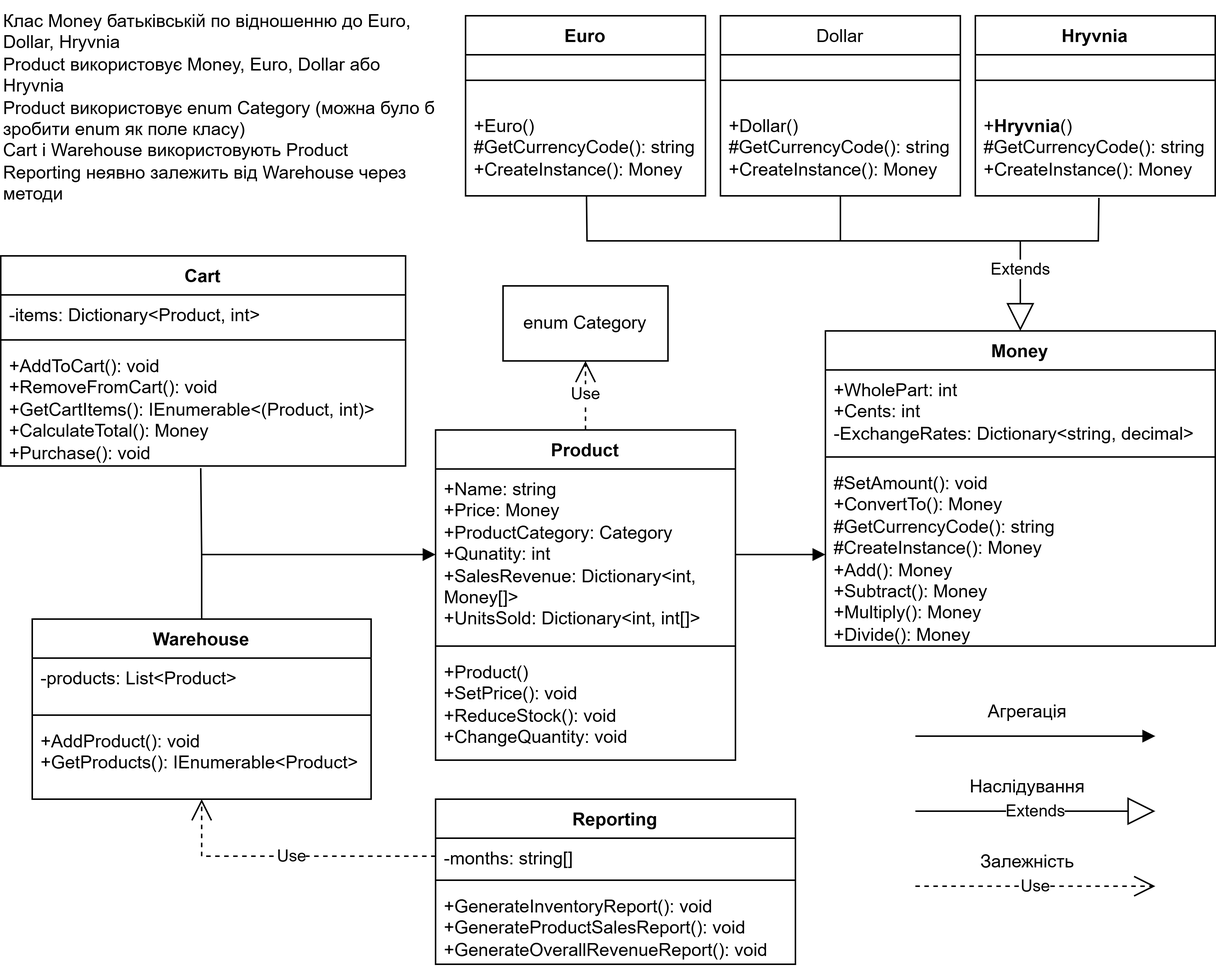
Before: lab1/uml.png, a diagram exported from draw.io (ipzk241-zhdv/kpz). Source tidied: cells renumbered, new cells last; positions are measured from the earlier drawing's top-left corner, leaving out a move shared by most shapes. The source it was exported from:
```xml
<mxGraphModel background="#ffffff">
  <root>
    <mxCell id="0" />
    <mxCell id="1" parent="0" />
    <mxCell id="2" value="Cart" style="swimlane;fontStyle=1;align=center;verticalAlign=top;horizontal=1;startSize=26;whiteSpace=wrap;html=1;" parent="1" vertex="1">
      <mxGeometry y="170" width="270" height="140" as="geometry" />
    </mxCell>
    <mxCell id="3" value="-items: Dictionary&amp;lt;Product, int&amp;gt;" style="text;strokeColor=none;fillColor=none;align=left;verticalAlign=top;spacingLeft=4;spacingRight=4;overflow=hidden;whiteSpace=wrap;html=1;" parent="2" vertex="1">
      <mxGeometry y="26" width="270" height="26" as="geometry" />
    </mxCell>
    <mxCell id="4" style="line;strokeWidth=1;fillColor=none;align=left;verticalAlign=middle;spacingTop=-1;spacingLeft=3;spacingRight=3;labelPosition=right;strokeColor=inherit;" parent="2" vertex="1">
      <mxGeometry y="52" width="270" height="8" as="geometry" />
    </mxCell>
    <mxCell id="5" value="+AddToCart(): void&lt;div&gt;+RemoveFromCart(): void&lt;/div&gt;&lt;div&gt;+GetCartItems(): IEnumerable&amp;lt;(Product, int)&amp;gt;&lt;/div&gt;&lt;div&gt;+CalculateTotal(): Money&lt;/div&gt;&lt;div&gt;+Purchase(): void&lt;/div&gt;" style="text;strokeColor=none;fillColor=none;align=left;verticalAlign=top;spacingLeft=4;spacingRight=4;overflow=hidden;points=[[0,0.5],[1,0.5]];portConstraint=eastwest;whiteSpace=wrap;html=1;" parent="2" vertex="1">
      <mxGeometry y="60" width="270" height="80" as="geometry" />
    </mxCell>
    <mxCell id="6" value="Money" style="swimlane;fontStyle=1;align=center;verticalAlign=top;horizontal=1;startSize=26;whiteSpace=wrap;html=1;" parent="1" vertex="1">
      <mxGeometry x="550" y="220" width="260" height="210" as="geometry" />
    </mxCell>
    <mxCell id="7" value="+WholePart: int&lt;div&gt;+Cents: int&lt;/div&gt;&lt;div&gt;-ExchangeRates: Dictionary&amp;lt;string, decimal&amp;gt;&lt;/div&gt;" style="text;strokeColor=none;fillColor=none;align=left;verticalAlign=top;spacingLeft=4;spacingRight=4;overflow=hidden;whiteSpace=wrap;html=1;" parent="6" vertex="1">
      <mxGeometry y="26" width="260" height="54" as="geometry" />
    </mxCell>
    <mxCell id="8" style="line;strokeWidth=1;fillColor=none;align=left;verticalAlign=middle;spacingTop=-1;spacingLeft=3;spacingRight=3;labelPosition=right;strokeColor=inherit;" parent="6" vertex="1">
      <mxGeometry y="80" width="260" height="8" as="geometry" />
    </mxCell>
    <mxCell id="9" value="#SetAmount(): void&lt;div&gt;+ConvertTo(): Money&lt;/div&gt;&lt;div&gt;#GetCurrencyCode(): string&lt;/div&gt;&lt;div&gt;#CreateInstance(): Money&lt;/div&gt;&lt;div&gt;+Add(): Money&lt;/div&gt;&lt;div&gt;+Subtract(): Money&lt;/div&gt;&lt;div&gt;+Multiply(): Money&lt;/div&gt;&lt;div&gt;+Divide(): Money&lt;/div&gt;" style="text;strokeColor=none;fillColor=none;align=left;verticalAlign=top;spacingLeft=4;spacingRight=4;overflow=hidden;points=[[0,0.5],[1,0.5]];portConstraint=eastwest;whiteSpace=wrap;html=1;" parent="6" vertex="1">
      <mxGeometry y="88" width="260" height="122" as="geometry" />
    </mxCell>
    <mxCell id="10" value="Product" style="swimlane;fontStyle=1;align=center;verticalAlign=top;horizontal=1;startSize=26;whiteSpace=wrap;html=1;" parent="1" vertex="1">
      <mxGeometry x="290" y="286" width="200" height="220" as="geometry" />
    </mxCell>
    <mxCell id="11" value="+Name: string&lt;div&gt;+Price: Money&lt;/div&gt;&lt;div&gt;+ProductCategory: Category&lt;/div&gt;&lt;div&gt;+Qunatity: int&lt;/div&gt;&lt;div&gt;+SalesRevenue: Dictionary&amp;lt;int, Money[]&amp;gt;&lt;/div&gt;&lt;div&gt;+UnitsSold: Dictionary&amp;lt;int, int[]&amp;gt;&lt;/div&gt;" style="text;strokeColor=none;fillColor=none;align=left;verticalAlign=top;spacingLeft=4;spacingRight=4;overflow=hidden;points=[[0,0.5],[1,0.5]];portConstraint=eastwest;whiteSpace=wrap;html=1;" parent="10" vertex="1">
      <mxGeometry y="26" width="200" height="114" as="geometry" />
    </mxCell>
    <mxCell id="12" style="line;strokeWidth=1;fillColor=none;align=left;verticalAlign=middle;spacingTop=-1;spacingLeft=3;spacingRight=3;labelPosition=right;strokeColor=inherit;" parent="10" vertex="1">
      <mxGeometry y="140" width="200" height="8" as="geometry" />
    </mxCell>
    <mxCell id="13" value="+Product()&lt;div&gt;+SetPrice(): void&lt;/div&gt;&lt;div&gt;+ReduceStock(): void&lt;/div&gt;&lt;div&gt;+ChangeQuantity: void&lt;/div&gt;" style="text;strokeColor=none;fillColor=none;align=left;verticalAlign=top;spacingLeft=4;spacingRight=4;overflow=hidden;whiteSpace=wrap;html=1;" parent="10" vertex="1">
      <mxGeometry y="148" width="200" height="72" as="geometry" />
    </mxCell>
    <mxCell id="14" value="Warehouse" style="swimlane;fontStyle=1;align=center;verticalAlign=top;horizontal=1;startSize=26;whiteSpace=wrap;html=1;" parent="1" vertex="1">
      <mxGeometry x="21" y="412" width="226" height="120" as="geometry" />
    </mxCell>
    <mxCell id="15" value="-products: List&amp;lt;Product&amp;gt;&lt;div&gt;&lt;br&gt;&lt;/div&gt;" style="text;strokeColor=none;fillColor=none;align=left;verticalAlign=top;spacingLeft=4;spacingRight=4;overflow=hidden;whiteSpace=wrap;html=1;" parent="14" vertex="1">
      <mxGeometry y="26" width="226" height="34" as="geometry" />
    </mxCell>
    <mxCell id="16" style="line;strokeWidth=1;fillColor=none;align=left;verticalAlign=middle;spacingTop=-1;spacingLeft=3;spacingRight=3;labelPosition=right;strokeColor=inherit;" parent="14" vertex="1">
      <mxGeometry y="60" width="226" height="8" as="geometry" />
    </mxCell>
    <mxCell id="17" value="+AddProduct(): void&lt;div&gt;+GetProducts(): IEnumerable&amp;lt;Product&amp;gt;&lt;/div&gt;" style="text;strokeColor=none;fillColor=none;align=left;verticalAlign=top;spacingLeft=4;spacingRight=4;overflow=hidden;points=[[0,0.5],[1,0.5]];portConstraint=eastwest;whiteSpace=wrap;html=1;" parent="14" vertex="1">
      <mxGeometry y="68" width="226" height="52" as="geometry" />
    </mxCell>
    <mxCell id="18" value="Reporting" style="swimlane;fontStyle=1;align=center;verticalAlign=top;horizontal=1;startSize=26;whiteSpace=wrap;html=1;" parent="1" vertex="1">
      <mxGeometry x="290" y="532" width="240" height="110" as="geometry" />
    </mxCell>
    <mxCell id="19" value="-months: string[]&lt;div&gt;&lt;br&gt;&lt;/div&gt;" style="text;strokeColor=none;fillColor=none;align=left;verticalAlign=top;spacingLeft=4;spacingRight=4;overflow=hidden;points=[[0,0.5],[1,0.5]];portConstraint=eastwest;whiteSpace=wrap;html=1;" parent="18" vertex="1">
      <mxGeometry y="26" width="240" height="24" as="geometry" />
    </mxCell>
    <mxCell id="20" style="line;strokeWidth=1;fillColor=none;align=left;verticalAlign=middle;spacingTop=-1;spacingLeft=3;spacingRight=3;labelPosition=right;strokeColor=inherit;" parent="18" vertex="1">
      <mxGeometry y="50" width="240" height="8" as="geometry" />
    </mxCell>
    <mxCell id="21" value="+GenerateInventoryReport(): void&lt;div&gt;+GenerateProductSalesReport(): void&lt;/div&gt;&lt;div&gt;+GenerateOverallRevenueReport(): void&lt;/div&gt;" style="text;strokeColor=none;fillColor=none;align=left;verticalAlign=top;spacingLeft=4;spacingRight=4;overflow=hidden;whiteSpace=wrap;html=1;" parent="18" vertex="1">
      <mxGeometry y="58" width="240" height="52" as="geometry" />
    </mxCell>
    <mxCell id="22" value="Euro" style="swimlane;fontStyle=1;align=center;verticalAlign=top;horizontal=1;startSize=26;whiteSpace=wrap;html=1;" parent="1" vertex="1">
      <mxGeometry x="310" y="10" width="160" height="120" as="geometry" />
    </mxCell>
    <mxCell id="23" style="line;strokeWidth=1;fillColor=none;align=left;verticalAlign=middle;spacingTop=-1;spacingLeft=3;spacingRight=3;labelPosition=right;strokeColor=inherit;" parent="22" vertex="1">
      <mxGeometry y="26" width="160" height="34" as="geometry" />
    </mxCell>
    <mxCell id="24" value="+Euro()&lt;div&gt;#GetCurrencyCode(): string&lt;/div&gt;&lt;div&gt;+CreateInstance(): Money&lt;/div&gt;" style="text;strokeColor=none;fillColor=none;align=left;verticalAlign=top;spacingLeft=4;spacingRight=4;overflow=hidden;points=[[0,0.5],[1,0.5]];portConstraint=eastwest;whiteSpace=wrap;html=1;" parent="22" vertex="1">
      <mxGeometry y="60" width="160" height="60" as="geometry" />
    </mxCell>
    <mxCell id="25" value="&lt;span style=&quot;font-weight: 400; text-align: left;&quot;&gt;Dollar&lt;/span&gt;" style="swimlane;fontStyle=1;align=center;verticalAlign=top;horizontal=1;startSize=26;whiteSpace=wrap;html=1;" parent="1" vertex="1">
      <mxGeometry x="480" y="10" width="160" height="120" as="geometry" />
    </mxCell>
    <mxCell id="26" style="line;strokeWidth=1;fillColor=none;align=left;verticalAlign=middle;spacingTop=-1;spacingLeft=3;spacingRight=3;labelPosition=right;strokeColor=inherit;" parent="25" vertex="1">
      <mxGeometry y="26" width="160" height="34" as="geometry" />
    </mxCell>
    <mxCell id="27" value="+Dollar()&lt;div&gt;#GetCurrencyCode(): string&lt;/div&gt;&lt;div&gt;+CreateInstance(): Money&lt;/div&gt;" style="text;strokeColor=none;fillColor=none;align=left;verticalAlign=top;spacingLeft=4;spacingRight=4;overflow=hidden;points=[[0,0.5],[1,0.5]];portConstraint=eastwest;whiteSpace=wrap;html=1;" parent="25" vertex="1">
      <mxGeometry y="60" width="160" height="60" as="geometry" />
    </mxCell>
    <mxCell id="28" value="Hryvnia" style="swimlane;fontStyle=1;align=center;verticalAlign=top;horizontal=1;startSize=26;whiteSpace=wrap;html=1;" parent="1" vertex="1">
      <mxGeometry x="650" y="10" width="160" height="120" as="geometry" />
    </mxCell>
    <mxCell id="29" style="line;strokeWidth=1;fillColor=none;align=left;verticalAlign=middle;spacingTop=-1;spacingLeft=3;spacingRight=3;labelPosition=right;strokeColor=inherit;" parent="28" vertex="1">
      <mxGeometry y="26" width="160" height="34" as="geometry" />
    </mxCell>
    <mxCell id="30" value="+&lt;span style=&quot;font-weight: 700; text-align: center;&quot;&gt;Hryvnia&lt;/span&gt;()&lt;div&gt;#GetCurrencyCode(): string&lt;/div&gt;&lt;div&gt;+CreateInstance(): Money&lt;/div&gt;" style="text;strokeColor=none;fillColor=none;align=left;verticalAlign=top;spacingLeft=4;spacingRight=4;overflow=hidden;points=[[0,0.5],[1,0.5]];portConstraint=eastwest;whiteSpace=wrap;html=1;" parent="28" vertex="1">
      <mxGeometry y="60" width="160" height="60" as="geometry" />
    </mxCell>
    <mxCell id="31" value="enum Category" style="html=1;whiteSpace=wrap;" parent="1" vertex="1">
      <mxGeometry x="335" y="190" width="110" height="50" as="geometry" />
    </mxCell>
    <mxCell id="32" style="endArrow=none;html=1;rounded=0;" parent="1" edge="1" target="22">
      <mxGeometry relative="1" as="geometry">
        <mxPoint x="680" y="160" as="sourcePoint" />
        <Array as="points">
          <mxPoint x="391" y="160" />
        </Array>
      </mxGeometry>
    </mxCell>
    <mxCell id="33" style="endArrow=none;html=1;rounded=0;" parent="1" edge="1" target="25">
      <mxGeometry relative="1" as="geometry">
        <mxPoint x="560" y="160" as="sourcePoint" />
      </mxGeometry>
    </mxCell>
    <mxCell id="34" value="Extends" style="endArrow=block;endSize=16;endFill=0;html=1;rounded=0;entryX=0.5;entryY=0;entryDx=0;entryDy=0;exitX=0.515;exitY=1.022;exitDx=0;exitDy=0;exitPerimeter=0;" parent="1" edge="1" source="30" target="6">
      <mxGeometry x="0.42" relative="1" as="geometry">
        <Array as="points">
          <mxPoint x="732" y="160" />
          <mxPoint x="680" y="160" />
        </Array>
      </mxGeometry>
    </mxCell>
    <mxCell id="35" value="Use" style="endArrow=open;endSize=12;dashed=1;html=1;rounded=0;exitX=0.5;exitY=0;exitDx=0;exitDy=0;entryX=0.5;entryY=1;entryDx=0;entryDy=0;" parent="1" edge="1" source="10" target="31">
      <mxGeometry relative="1" as="geometry" />
    </mxCell>
    <mxCell id="36" value="Use" style="endArrow=open;endSize=12;dashed=1;html=1;rounded=0;exitX=0;exitY=0.5;exitDx=0;exitDy=0;" parent="1" edge="1" source="19" target="17">
      <mxGeometry relative="1" as="geometry">
        <Array as="points">
          <mxPoint x="134" y="570" />
        </Array>
      </mxGeometry>
    </mxCell>
    <mxCell id="37" style="endArrow=none;html=1;rounded=0;exitX=0.5;exitY=0;exitDx=0;exitDy=0;" parent="1" edge="1" source="14">
      <mxGeometry relative="1" as="geometry">
        <mxPoint x="134" y="369" as="targetPoint" />
      </mxGeometry>
    </mxCell>
    <mxCell id="38" value="Клас Money батьківській по відношенню до Euro, Dollar, Hryvnia&amp;nbsp;&lt;div&gt;Product використовує Money, Euro, Dollar або Hryvnia&lt;/div&gt;&lt;div&gt;Product використовує enum Category (можна було б зробити enum як поле класу)&lt;/div&gt;&lt;div&gt;Cart і Warehouse використовують Product&lt;/div&gt;&lt;div&gt;Reporting неявно залежить від Warehouse через методи&lt;/div&gt;" style="text;html=1;align=left;verticalAlign=top;whiteSpace=wrap;rounded=0;" parent="1" vertex="1">
      <mxGeometry width="290" height="140" as="geometry" />
    </mxCell>
    <mxCell id="39" value="Агрегація" style="text;html=1;align=center;verticalAlign=top;whiteSpace=wrap;rounded=0;" parent="1" vertex="1">
      <mxGeometry x="640" y="460" width="90" height="30" as="geometry" />
    </mxCell>
    <mxCell id="40" value="Наслідування" style="text;html=1;align=center;verticalAlign=top;whiteSpace=wrap;rounded=0;" parent="1" vertex="1">
      <mxGeometry x="640" y="510" width="90" height="30" as="geometry" />
    </mxCell>
    <mxCell id="41" value="Extends" style="endArrow=block;endSize=16;endFill=0;html=1;rounded=0;" parent="1" edge="1">
      <mxGeometry relative="1" as="geometry">
        <mxPoint x="610" y="540" as="sourcePoint" />
        <mxPoint x="770" y="540" as="targetPoint" />
      </mxGeometry>
    </mxCell>
    <mxCell id="42" value="Use" style="endArrow=open;endSize=12;dashed=1;html=1;rounded=0;" parent="1" edge="1">
      <mxGeometry relative="1" as="geometry">
        <mxPoint x="610" y="590" as="sourcePoint" />
        <mxPoint x="770" y="590" as="targetPoint" />
      </mxGeometry>
    </mxCell>
    <mxCell id="43" value="Залежність" style="text;html=1;align=center;verticalAlign=top;whiteSpace=wrap;rounded=0;" parent="1" vertex="1">
      <mxGeometry x="640" y="560" width="90" height="30" as="geometry" />
    </mxCell>
    <mxCell id="44" style="html=1;verticalAlign=bottom;endArrow=block;curved=0;rounded=0;exitX=0.494;exitY=1.018;exitDx=0;exitDy=0;exitPerimeter=0;entryX=0;entryY=0.5;entryDx=0;entryDy=0;" parent="1" edge="1" source="5" target="11">
      <mxGeometry relative="1" as="geometry">
        <Array as="points">
          <mxPoint x="134" y="369" />
        </Array>
      </mxGeometry>
    </mxCell>
    <mxCell id="45" style="html=1;verticalAlign=bottom;endArrow=block;curved=0;rounded=0;exitX=1;exitY=0.5;exitDx=0;exitDy=0;entryX=0;entryY=0.5;entryDx=0;entryDy=0;" parent="1" edge="1" source="11" target="9">
      <mxGeometry relative="1" as="geometry" />
    </mxCell>
    <mxCell id="46" style="html=1;verticalAlign=bottom;endArrow=block;curved=0;rounded=0;" parent="1" edge="1">
      <mxGeometry relative="1" as="geometry">
        <mxPoint x="610" y="490" as="sourcePoint" />
        <mxPoint x="770" y="490" as="targetPoint" />
      </mxGeometry>
    </mxCell>
  </root>
</mxGraphModel>
```
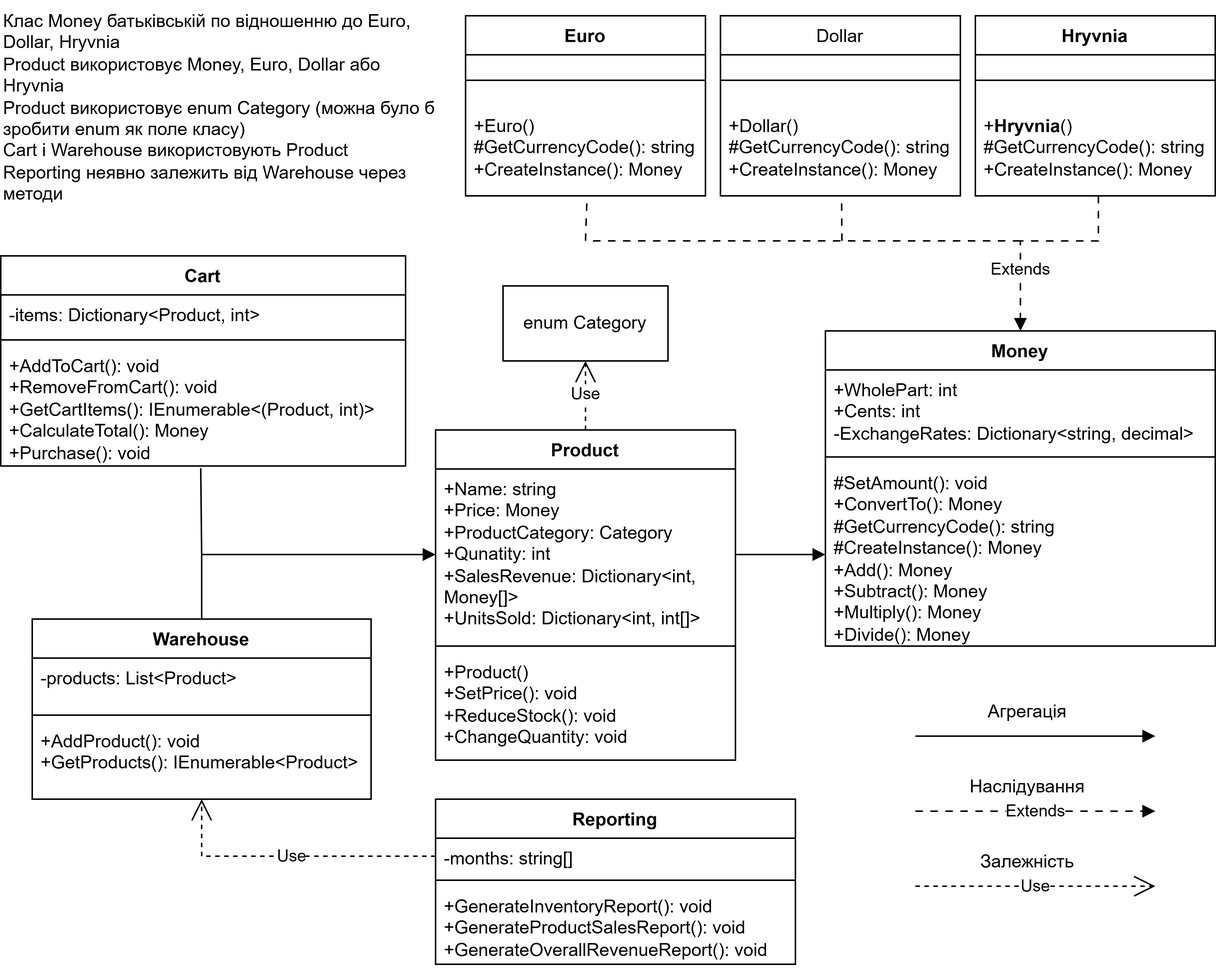
The same diagram one commit later.

Commit message:
lab1 uml, readme

Change to the diagram source:
```diff
@@ -92,20 +92,7 @@
     <mxCell id="31" value="enum Category" style="html=1;whiteSpace=wrap;" parent="1" vertex="1">
       <mxGeometry x="335" y="190" width="110" height="50" as="geometry" />
     </mxCell>
-    <mxCell id="32" style="endArrow=none;html=1;rounded=0;" parent="1" edge="1" target="22">
-      <mxGeometry relative="1" as="geometry">
-        <mxPoint x="680" y="160" as="sourcePoint" />
-        <Array as="points">
-          <mxPoint x="391" y="160" />
-        </Array>
-      </mxGeometry>
-    </mxCell>
-    <mxCell id="33" style="endArrow=none;html=1;rounded=0;" parent="1" edge="1" target="25">
-      <mxGeometry relative="1" as="geometry">
-        <mxPoint x="560" y="160" as="sourcePoint" />
-      </mxGeometry>
-    </mxCell>
-    <mxCell id="34" value="Extends" style="endArrow=block;endSize=16;endFill=0;html=1;rounded=0;entryX=0.5;entryY=0;entryDx=0;entryDy=0;exitX=0.515;exitY=1.022;exitDx=0;exitDy=0;exitPerimeter=0;" parent="1" edge="1" source="30" target="6">
+    <mxCell id="34" value="Extends" style="edgeStyle=orthogonalEdgeStyle;rounded=0;jettySize=auto;html=1;dashed=1;dashPattern=5 5;endArrow=block;" parent="1" edge="1" source="30" target="6">
       <mxGeometry x="0.42" relative="1" as="geometry">
         <Array as="points">
           <mxPoint x="732" y="160" />
@@ -137,7 +124,7 @@
     <mxCell id="40" value="Наслідування" style="text;html=1;align=center;verticalAlign=top;whiteSpace=wrap;rounded=0;" parent="1" vertex="1">
       <mxGeometry x="640" y="510" width="90" height="30" as="geometry" />
     </mxCell>
-    <mxCell id="41" value="Extends" style="endArrow=block;endSize=16;endFill=0;html=1;rounded=0;" parent="1" edge="1">
+    <mxCell id="41" value="Extends" style="edgeStyle=orthogonalEdgeStyle;rounded=0;orthogonalLoop=1;jettySize=auto;html=1;dashed=1;dashPattern=5 5;endArrow=block;" parent="1" edge="1">
       <mxGeometry relative="1" as="geometry">
         <mxPoint x="610" y="540" as="sourcePoint" />
         <mxPoint x="770" y="540" as="targetPoint" />
@@ -168,5 +155,18 @@
         <mxPoint x="770" y="490" as="targetPoint" />
       </mxGeometry>
     </mxCell>
+    <mxCell id="47" style="endArrow=none;dashed=1;html=1;rounded=0;entryX=0.506;entryY=1.025;entryDx=0;entryDy=0;entryPerimeter=0;dashPattern=5 5;" parent="1" edge="1" target="24">
+      <mxGeometry relative="1" as="geometry">
+        <mxPoint x="680" y="160" as="sourcePoint" />
+        <Array as="points">
+          <mxPoint x="390" y="160" />
+        </Array>
+      </mxGeometry>
+    </mxCell>
+    <mxCell id="48" style="endArrow=none;dashed=1;html=1;rounded=0;entryX=0.505;entryY=1.025;entryDx=0;entryDy=0;entryPerimeter=0;dashPattern=5 5;" parent="1" edge="1" target="27">
+      <mxGeometry relative="1" as="geometry">
+        <mxPoint x="561" y="160" as="sourcePoint" />
+      </mxGeometry>
+    </mxCell>
   </root>
 </mxGraphModel>
```
